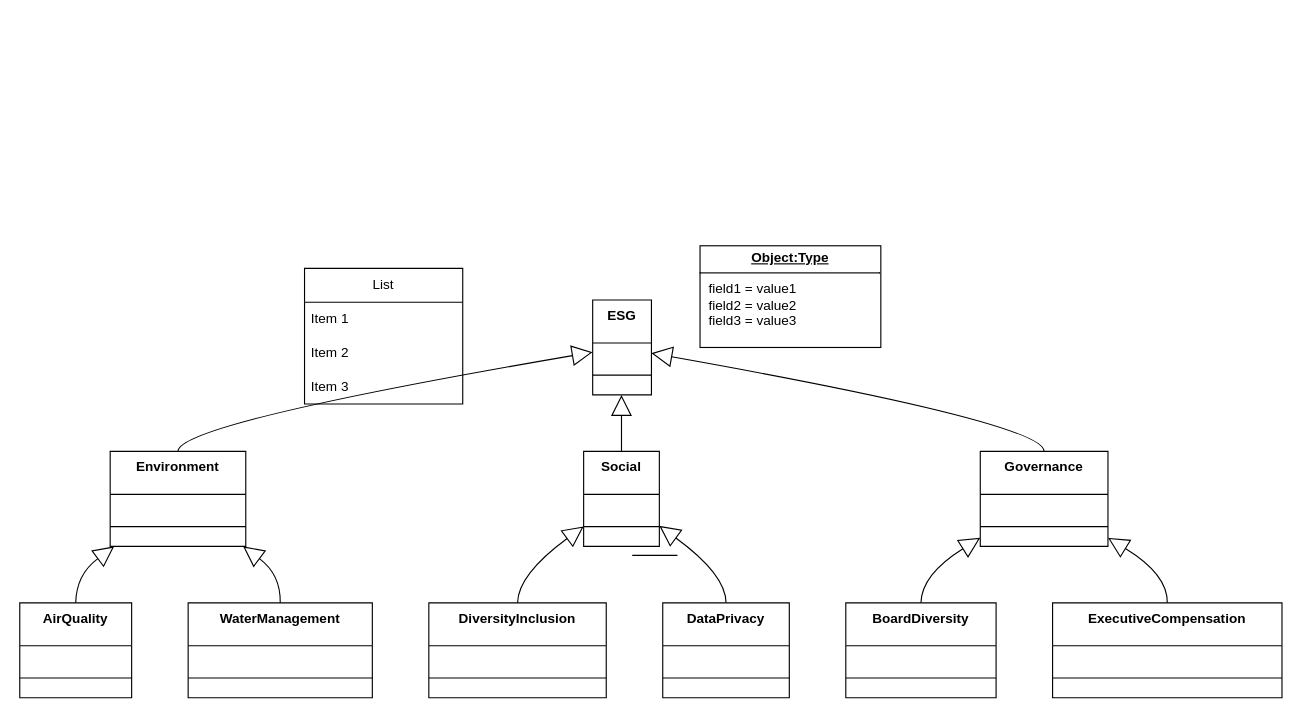
The draw.io diagram ESG_class_tree.drawio in rognit/MastermindMCTS, before the edit. Source tidied: cells renumbered, new cells numbered last; positions are measured from the earlier drawing's top-left corner, leaving out a move shared by most shapes. Both pictures are drawn from the tidied source at 113%, with x=0, y=0 at pixel (19, 245).
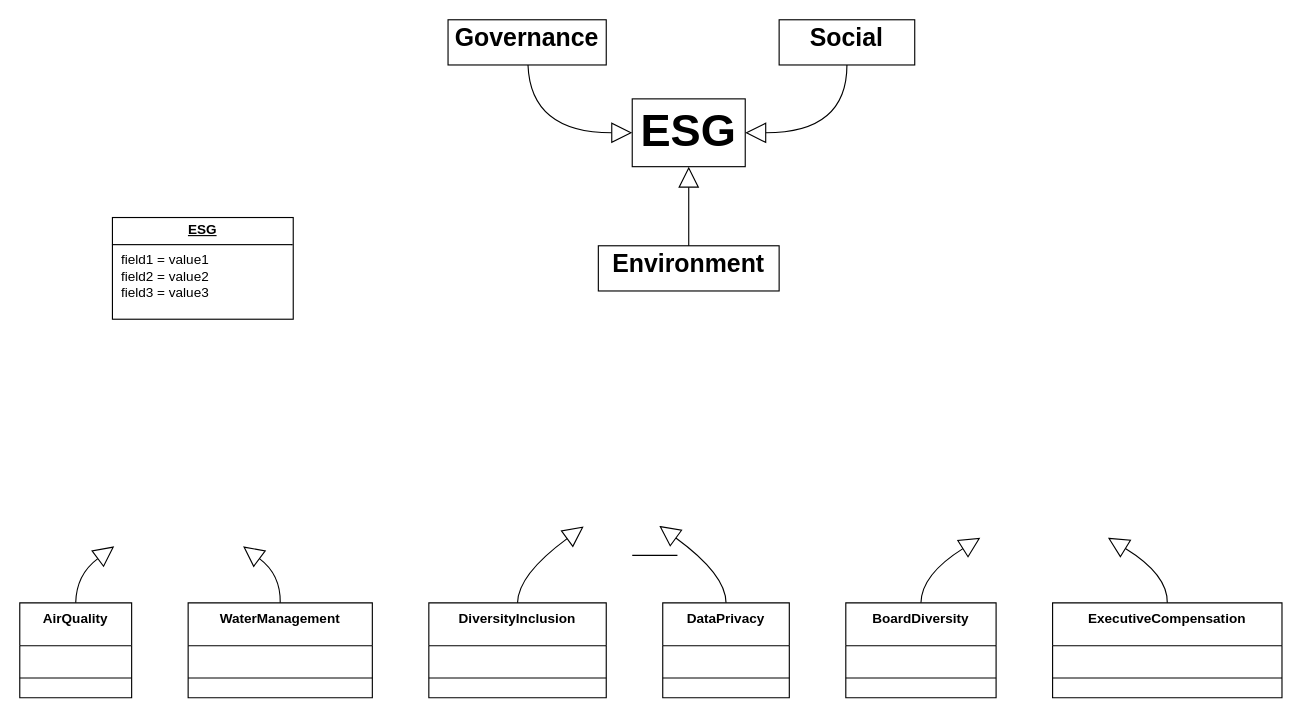
The same diagram, later.

Commit message:
Mettre à jour ESG_class_tree.drawio

Unchanged cells that the change refers to:
```xml
<mxCell id="10" value="AirQuality" style="swimlane;fontStyle=1;align=center;verticalAlign=top;horizontal=1;startSize=38;" parent="1" vertex="1">
  <mxGeometry y="316" width="99" height="84" as="geometry" />
</mxCell>
<mxCell id="12" value="WaterManagement" style="swimlane;fontStyle=1;align=center;verticalAlign=top;horizontal=1;startSize=38;" parent="1" vertex="1">
  <mxGeometry x="149" y="316" width="163" height="84" as="geometry" />
</mxCell>
<mxCell id="14" value="DiversityInclusion" style="swimlane;fontStyle=1;align=center;verticalAlign=top;horizontal=1;startSize=38;" parent="1" vertex="1">
  <mxGeometry x="362" y="316" width="157" height="84" as="geometry" />
</mxCell>
<mxCell id="16" value="DataPrivacy" style="swimlane;fontStyle=1;align=center;verticalAlign=top;horizontal=1;startSize=38;" parent="1" vertex="1">
  <mxGeometry x="569" y="316" width="112" height="84" as="geometry" />
</mxCell>
<mxCell id="18" value="BoardDiversity" style="swimlane;fontStyle=1;align=center;verticalAlign=top;horizontal=1;startSize=38;" parent="1" vertex="1">
  <mxGeometry x="731" y="316" width="133" height="84" as="geometry" />
</mxCell>
<mxCell id="20" value="ExecutiveCompensation" style="swimlane;fontStyle=1;align=center;verticalAlign=top;horizontal=1;startSize=38;" parent="1" vertex="1">
  <mxGeometry x="914" y="316" width="203" height="84" as="geometry" />
</mxCell>
```

What changed in the source:
```diff
@@
-    <mxCell id="2" value="ESG" style="swimlane;fontStyle=1;align=center;verticalAlign=top;horizontal=1;startSize=38;" parent="1" vertex="1">
-      <mxGeometry x="507" y="48" width="52" height="84" as="geometry" />
-    </mxCell>
-    <mxCell id="3" style="line;strokeWidth=1;fillColor=none;align=left;verticalAlign=middle;spacingTop=-1;spacingLeft=3;spacingRight=3;labelPosition=right;strokeColor=inherit;" parent="2" vertex="1">
-      <mxGeometry y="57" width="52" height="19" as="geometry" />
-    </mxCell>
-    <mxCell id="4" value="Environment" style="swimlane;fontStyle=1;align=center;verticalAlign=top;horizontal=1;startSize=38;" parent="1" vertex="1">
-      <mxGeometry x="80" y="182" width="120" height="84" as="geometry" />
-    </mxCell>
-    <mxCell id="5" style="line;strokeWidth=1;fillColor=none;align=left;verticalAlign=middle;spacingTop=-1;spacingLeft=3;spacingRight=3;labelPosition=right;strokeColor=inherit;" parent="4" vertex="1">
-      <mxGeometry y="57" width="120" height="19" as="geometry" />
-    </mxCell>
-    <mxCell id="6" value="Social" style="swimlane;fontStyle=1;align=center;verticalAlign=top;horizontal=1;startSize=38;" parent="1" vertex="1">
-      <mxGeometry x="499" y="182" width="67" height="84" as="geometry" />
-    </mxCell>
-    <mxCell id="7" style="line;strokeWidth=1;fillColor=none;align=left;verticalAlign=middle;spacingTop=-1;spacingLeft=3;spacingRight=3;labelPosition=right;strokeColor=inherit;" parent="6" vertex="1">
-      <mxGeometry y="57" width="67" height="19" as="geometry" />
-    </mxCell>
-    <mxCell id="8" value="Governance" style="swimlane;fontStyle=1;align=center;verticalAlign=top;horizontal=1;startSize=38;" parent="1" vertex="1">
-      <mxGeometry x="850" y="182" width="113" height="84" as="geometry" />
-    </mxCell>
-    <mxCell id="9" style="line;strokeWidth=1;fillColor=none;align=left;verticalAlign=middle;spacingTop=-1;spacingLeft=3;spacingRight=3;labelPosition=right;strokeColor=inherit;" parent="8" vertex="1">
-      <mxGeometry y="57" width="113" height="19" as="geometry" />
-    </mxCell>
@@
-    <mxCell id="22" style="curved=1;startArrow=block;startSize=16;startFill=0;endArrow=none;exitX=-0.01;exitY=0.55;entryX=0.5;entryY=0;" parent="1" edge="1" source="2" target="4">
-      <mxGeometry relative="1" as="geometry">
-        <Array as="points">
-          <mxPoint x="140" y="157" />
-        </Array>
-      </mxGeometry>
-    </mxCell>
-    <mxCell id="23" style="curved=1;startArrow=block;startSize=16;startFill=0;endArrow=none;exitX=0.49;exitY=1;entryX=0.5;entryY=0;" parent="1" edge="1" source="2" target="6">
-      <mxGeometry relative="1" as="geometry" />
-    </mxCell>
-    <mxCell id="24" style="curved=1;startArrow=block;startSize=16;startFill=0;endArrow=none;exitX=1;exitY=0.56;entryX=0.5;entryY=0;" parent="1" edge="1" source="2" target="8">
-      <mxGeometry relative="1" as="geometry">
-        <Array as="points">
-          <mxPoint x="907" y="157" />
-        </Array>
-      </mxGeometry>
-    </mxCell>
-    <mxCell id="25" style="curved=1;startArrow=block;startSize=16;startFill=0;endArrow=none;exitX=0.03;exitY=1;entryX=0.5;entryY=0;" parent="1" edge="1" source="4" target="10">
+    <mxCell id="25" style="curved=1;startArrow=block;startSize=16;startFill=0;endArrow=none;exitX=0.03;exitY=1;entryX=0.5;entryY=0;" parent="1" edge="1" target="10">
       <mxGeometry relative="1" as="geometry">
+        <mxPoint x="83.6" y="266" as="sourcePoint" />
         <Array as="points">
           <mxPoint x="50" y="291" />
         </Array>
       </mxGeometry>
     </mxCell>
-    <mxCell id="26" style="curved=1;startArrow=block;startSize=16;startFill=0;endArrow=none;exitX=0.98;exitY=1;entryX=0.5;entryY=0;" parent="1" edge="1" source="4" target="12">
+    <mxCell id="26" style="curved=1;startArrow=block;startSize=16;startFill=0;endArrow=none;exitX=0.98;exitY=1;entryX=0.5;entryY=0;" parent="1" edge="1" target="12">
       <mxGeometry relative="1" as="geometry">
+        <mxPoint x="197.6" y="266" as="sourcePoint" />
         <Array as="points">
           <mxPoint x="231" y="291" />
         </Array>
       </mxGeometry>
     </mxCell>
-    <mxCell id="27" style="curved=1;startArrow=block;startSize=16;startFill=0;endArrow=none;exitX=0;exitY=0.79;entryX=0.5;entryY=0;" parent="1" edge="1" source="6" target="14">
+    <mxCell id="27" style="curved=1;startArrow=block;startSize=16;startFill=0;endArrow=none;exitX=0;exitY=0.79;entryX=0.5;entryY=0;" parent="1" edge="1" target="14">
       <mxGeometry relative="1" as="geometry">
+        <mxPoint x="499" y="248.4" as="sourcePoint" />
         <Array as="points">
           <mxPoint x="441" y="291" />
         </Array>
       </mxGeometry>
     </mxCell>
-    <mxCell id="28" style="curved=1;startArrow=block;startSize=16;startFill=0;endArrow=none;exitX=1.01;exitY=0.79;entryX=0.5;entryY=0;" parent="1" edge="1" source="6" target="16">
+    <mxCell id="28" style="curved=1;startArrow=block;startSize=16;startFill=0;endArrow=none;exitX=1.01;exitY=0.79;entryX=0.5;entryY=0;" parent="1" edge="1" target="16">
       <mxGeometry relative="1" as="geometry">
+        <mxPoint x="566" y="247.9" as="sourcePoint" />
         <Array as="points">
           <mxPoint x="625" y="291" />
         </Array>
       </mxGeometry>
     </mxCell>
-    <mxCell id="29" style="curved=1;startArrow=block;startSize=16;startFill=0;endArrow=none;exitX=0;exitY=0.91;entryX=0.5;entryY=0;" parent="1" edge="1" source="8" target="18">
+    <mxCell id="29" style="curved=1;startArrow=block;startSize=16;startFill=0;endArrow=none;exitX=0;exitY=0.91;entryX=0.5;entryY=0;" parent="1" edge="1" target="18">
       <mxGeometry relative="1" as="geometry">
+        <mxPoint x="850" y="258.4" as="sourcePoint" />
         <Array as="points">
           <mxPoint x="798" y="291" />
         </Array>
       </mxGeometry>
     </mxCell>
-    <mxCell id="30" style="curved=1;startArrow=block;startSize=16;startFill=0;endArrow=none;exitX=1;exitY=0.91;entryX=0.5;entryY=0;" parent="1" edge="1" source="8" target="20">
+    <mxCell id="30" style="curved=1;startArrow=block;startSize=16;startFill=0;endArrow=none;exitX=1;exitY=0.91;entryX=0.5;entryY=0;" parent="1" edge="1" target="20">
       <mxGeometry relative="1" as="geometry">
+        <mxPoint x="963" y="258.4" as="sourcePoint" />
         <Array as="points">
           <mxPoint x="1016" y="291" />
         </Array>
       </mxGeometry>
     </mxCell>
-    <mxCell id="31" value="List" style="swimlane;fontStyle=0;horizontal=1;startSize=30;whiteSpace=wrap;html=1;" parent="1" vertex="1">
-      <mxGeometry x="252" y="20" width="140" height="120" as="geometry" />
-    </mxCell>
-    <mxCell id="32" value="Item 1" style="text;strokeColor=none;fillColor=none;align=left;verticalAlign=middle;spacingLeft=4;spacingRight=4;overflow=hidden;whiteSpace=wrap;html=1;" parent="31" vertex="1">
-      <mxGeometry y="30" width="140" height="30" as="geometry" />
-    </mxCell>
-    <mxCell id="33" value="Item 2" style="text;strokeColor=none;fillColor=none;align=left;verticalAlign=middle;spacingLeft=4;spacingRight=4;overflow=hidden;whiteSpace=wrap;html=1;" parent="31" vertex="1">
-      <mxGeometry y="60" width="140" height="30" as="geometry" />
-    </mxCell>
-    <mxCell id="34" value="Item 3" style="text;strokeColor=none;fillColor=none;align=left;verticalAlign=middle;spacingLeft=4;spacingRight=4;overflow=hidden;whiteSpace=wrap;html=1;" parent="31" vertex="1">
-      <mxGeometry y="90" width="140" height="30" as="geometry" />
-    </mxCell>
@@
-    <mxCell id="36" value="&lt;p style=&quot;margin:0px;margin-top:4px;text-align:center;text-decoration:underline;&quot;&gt;&lt;b&gt;Object:Type&lt;/b&gt;&lt;/p&gt;&lt;hr size=&quot;1&quot; style=&quot;border-style:solid;&quot;/&gt;&lt;p style=&quot;margin:0px;margin-left:8px;&quot;&gt;field1 = value1&lt;br/&gt;field2 = value2&lt;br&gt;field3 = value3&lt;/p&gt;" style="verticalAlign=top;align=left;overflow=fill;html=1;whiteSpace=wrap;" parent="1" vertex="1">
-      <mxGeometry x="602" width="160" height="90" as="geometry" />
+    <mxCell id="36" value="&lt;p style=&quot;margin: 4px 0px 0px;&quot;&gt;&lt;font&gt;&lt;span&gt;ESG&lt;/span&gt;&lt;/font&gt;&lt;/p&gt;" style="verticalAlign=bottom;align=center;overflow=fill;html=1;whiteSpace=wrap;fontSize=40;fontStyle=1;horizontal=1;" parent="1" vertex="1">
+      <mxGeometry x="542" y="-130" width="100" height="60" as="geometry" />
     </mxCell>
+    <mxCell id="4" value="&lt;p style=&quot;margin: 4px 0px 0px; text-align: center;&quot;&gt;&lt;b&gt;Environment&lt;/b&gt;&lt;/p&gt;&lt;hr style=&quot;border-style:solid;&quot;&gt;&lt;p style=&quot;margin:0px;margin-left:8px;&quot;&gt;&lt;br&gt;&lt;/p&gt;" style="verticalAlign=top;align=left;overflow=fill;html=1;whiteSpace=wrap;fontSize=22;" parent="1" vertex="1">
+      <mxGeometry x="512" width="160" height="40" as="geometry" />
+    </mxCell>
+    <mxCell id="6" value="&lt;p style=&quot;margin: 4px 0px 0px; text-align: center;&quot;&gt;&lt;b&gt;Social&lt;/b&gt;&lt;/p&gt;" style="verticalAlign=top;align=left;overflow=fill;html=1;whiteSpace=wrap;fontSize=22;" parent="1" vertex="1">
+      <mxGeometry x="672" y="-200" width="120" height="40" as="geometry" />
+    </mxCell>
+    <mxCell id="8" value="&lt;p style=&quot;margin: 4px 0px 0px; text-align: center;&quot;&gt;&lt;b&gt;Governance&lt;/b&gt;&lt;/p&gt;" style="verticalAlign=top;align=left;overflow=fill;html=1;whiteSpace=wrap;fontSize=22;" parent="1" vertex="1">
+      <mxGeometry x="379" y="-200" width="140" height="40" as="geometry" />
+    </mxCell>
+    <mxCell id="37" value="&lt;p style=&quot;margin:0px;margin-top:4px;text-align:center;text-decoration:underline;&quot;&gt;&lt;b&gt;ESG&lt;/b&gt;&lt;/p&gt;&lt;hr size=&quot;1&quot; style=&quot;border-style:solid;&quot;&gt;&lt;p style=&quot;margin:0px;margin-left:8px;&quot;&gt;field1 = value1&lt;br&gt;field2 = value2&lt;br&gt;field3 = value3&lt;/p&gt;" style="verticalAlign=top;align=left;overflow=fill;html=1;whiteSpace=wrap;" parent="1" vertex="1">
+      <mxGeometry x="82" y="-25" width="160" height="90" as="geometry" />
+    </mxCell>
+    <mxCell id="38" style="curved=1;startArrow=block;startSize=16;startFill=0;endArrow=none;" parent="1" edge="1" source="36" target="4">
+      <mxGeometry relative="1" as="geometry" />
+    </mxCell>
+    <mxCell id="39" style="curved=1;startArrow=block;startSize=16;startFill=0;endArrow=none;" parent="1" edge="1" source="36" target="8">
+      <mxGeometry relative="1" as="geometry">
+        <Array as="points">
+          <mxPoint x="452" y="-100" />
+        </Array>
+      </mxGeometry>
+    </mxCell>
+    <mxCell id="40" style="curved=1;startArrow=block;startSize=16;startFill=0;endArrow=none;" parent="1" edge="1" source="36" target="6">
+      <mxGeometry relative="1" as="geometry">
+        <Array as="points">
+          <mxPoint x="732" y="-100" />
+        </Array>
+      </mxGeometry>
+    </mxCell>
```
